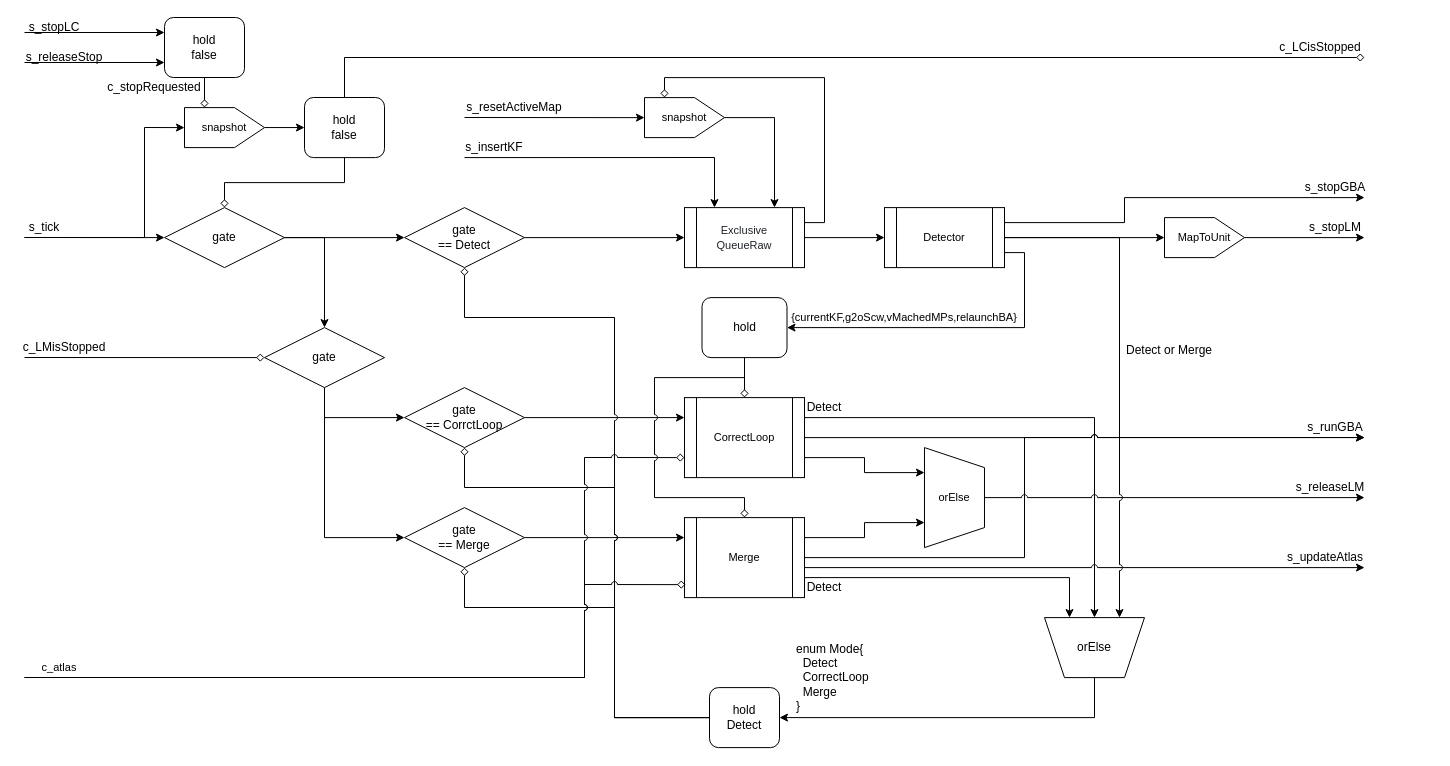
suzuki-taro-unofficial/ORB-SLAM3-decoding keeps this draw.io diagram as images/LoopClosingFRP.drawio. Above is the earlier version. Source tidied: cells renumbered, new cells numbered last; positions are measured from the earlier drawing's top-left corner, leaving out a move shared by most shapes. Both pictures are drawn from the tidied source at 100%, with x=0, y=0 at pixel (24, 17).
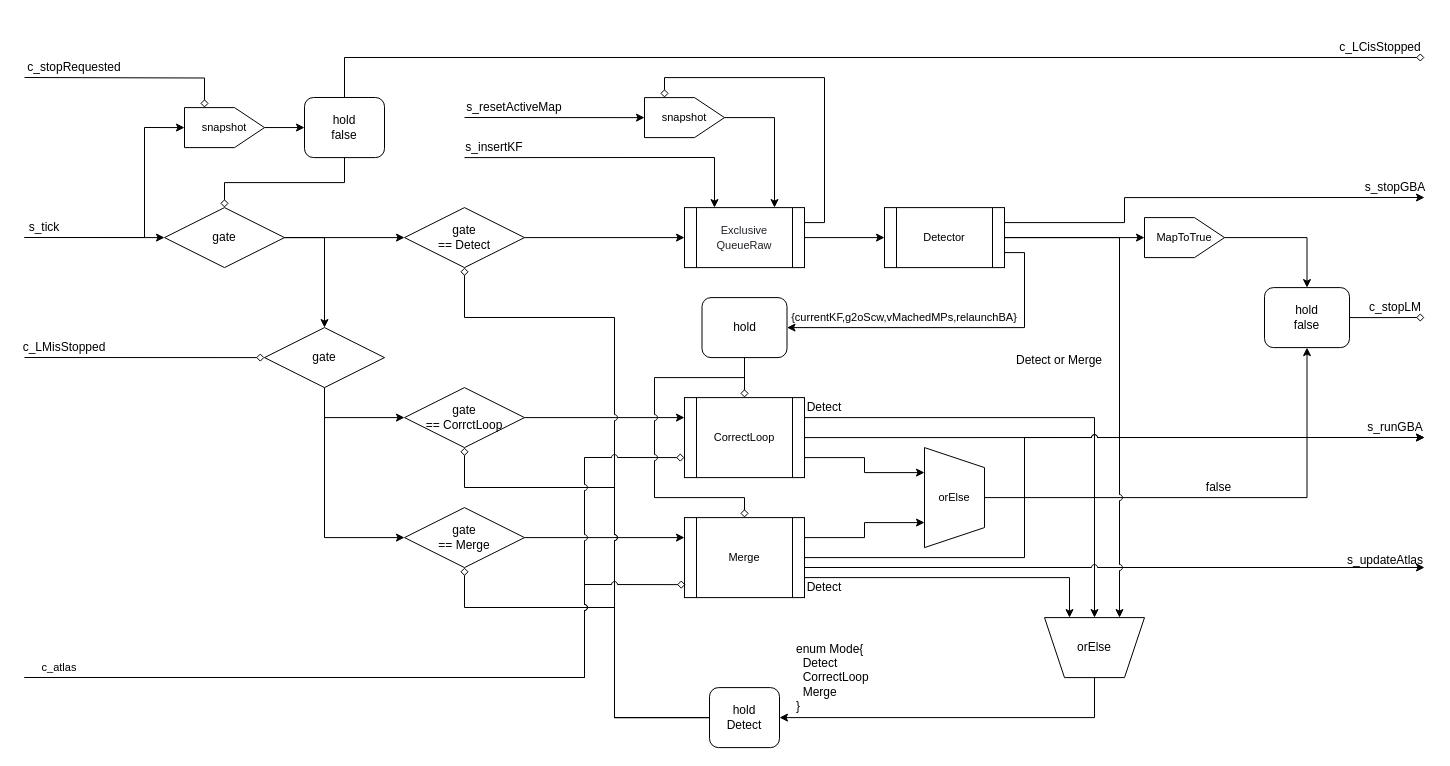
The same diagram, later.

The change refers to these unchanged cells:
```xml
<mxCell id="20" value="CorrectLoop" style="shape=process;whiteSpace=wrap;html=1;backgroundOutline=1;fontFamily=Helvetica;fontSize=11;fontColor=default;labelBackgroundColor=default;" parent="1" vertex="1">
  <mxGeometry x="660" y="380.1" width="120" height="80" as="geometry" />
</mxCell>
<mxCell id="25" value="Merge" style="shape=process;whiteSpace=wrap;html=1;backgroundOutline=1;fontFamily=Helvetica;fontSize=11;fontColor=default;labelBackgroundColor=default;" parent="1" vertex="1">
  <mxGeometry x="660" y="500.1" width="120" height="80" as="geometry" />
</mxCell>
<mxCell id="27" value="orElse" style="shape=trapezoid;perimeter=trapezoidPerimeter;whiteSpace=wrap;html=1;fixedSize=1;fontFamily=Helvetica;fontSize=11;fontColor=default;labelBackgroundColor=default;direction=south;" parent="1" vertex="1">
  <mxGeometry x="900" y="430.1" width="60" height="100" as="geometry" />
</mxCell>
<mxCell id="59" value="Detector" style="shape=process;whiteSpace=wrap;html=1;backgroundOutline=1;fontFamily=Helvetica;fontSize=11;fontColor=default;labelBackgroundColor=default;" parent="1" vertex="1">
  <mxGeometry x="860" y="190.1" width="120" height="60" as="geometry" />
</mxCell>
<mxCell id="68" value="hold&lt;div&gt;false&lt;/div&gt;" style="rounded=1;whiteSpace=wrap;html=1;" parent="1" vertex="1">
  <mxGeometry x="280" y="80" width="80" height="60.1" as="geometry" />
</mxCell>
<mxCell id="70" value="snapshot" style="shape=offPageConnector;whiteSpace=wrap;html=1;fontFamily=Helvetica;fontSize=11;fontColor=default;labelBackgroundColor=default;direction=north;" parent="1" vertex="1">
  <mxGeometry x="160" y="90.1" width="80" height="40" as="geometry" />
</mxCell>
```

The edit, as a diff of the source:
```diff
@@
     <mxCell id="19" style="edgeStyle=orthogonalEdgeStyle;rounded=0;jettySize=auto;html=1;exitX=1;exitY=0.5;exitDx=0;exitDy=0;jumpStyle=arc;" parent="1" edge="1" source="20">
       <mxGeometry relative="1" as="geometry">
-        <mxPoint x="1340" y="420.1" as="targetPoint" />
+        <mxPoint x="1400" y="420" as="targetPoint" />
       </mxGeometry>
     </mxCell>
@@
     <mxCell id="22" style="edgeStyle=orthogonalEdgeStyle;shape=connector;rounded=0;jumpStyle=arc;jettySize=auto;html=1;exitX=1;exitY=0.5;exitDx=0;exitDy=0;strokeColor=default;align=center;verticalAlign=middle;fontFamily=Helvetica;fontSize=11;fontColor=default;labelBackgroundColor=default;endArrow=classic;" parent="1" edge="1" source="25">
       <mxGeometry relative="1" as="geometry">
-        <mxPoint x="1340" y="550.1" as="targetPoint" />
+        <mxPoint x="1400" y="550" as="targetPoint" />
         <Array as="points">
           <mxPoint x="780" y="550.1" />
         </Array>
       </mxGeometry>
     </mxCell>
@@
     <mxCell id="24" style="edgeStyle=orthogonalEdgeStyle;rounded=0;orthogonalLoop=1;jettySize=auto;html=1;jumpStyle=arc;" parent="1" edge="1">
       <mxGeometry relative="1" as="geometry">
         <mxPoint x="780" y="550.1" as="sourcePoint" />
-        <mxPoint x="1340" y="420" as="targetPoint" />
+        <mxPoint x="1400" y="420" as="targetPoint" />
         <Array as="points">
           <mxPoint x="780" y="540.1" />
           <mxPoint x="1000" y="540.1" />
           <mxPoint x="1000" y="420.1" />
         </Array>
       </mxGeometry>
     </mxCell>
@@
-    <mxCell id="26" style="edgeStyle=orthogonalEdgeStyle;rounded=0;jettySize=auto;html=1;jumpStyle=arc;" parent="1" edge="1" source="27">
-      <mxGeometry relative="1" as="geometry">
-        <mxPoint x="1340" y="480.1" as="targetPoint" />
-      </mxGeometry>
-    </mxCell>
+    <mxCell id="81" style="edgeStyle=orthogonalEdgeStyle;rounded=0;jettySize=auto;html=1;exitX=0.5;exitY=0;exitDx=0;exitDy=0;entryX=0.5;entryY=1;entryDx=0;entryDy=0;" parent="1" edge="1" source="27" target="63">
+      <mxGeometry relative="1" as="geometry" />
+    </mxCell>
@@
-    <mxCell id="28" style="edgeStyle=orthogonalEdgeStyle;shape=connector;rounded=0;jumpStyle=arc;jettySize=auto;html=1;strokeColor=default;align=center;verticalAlign=middle;fontFamily=Helvetica;fontSize=11;fontColor=default;labelBackgroundColor=default;endArrow=classic;" parent="1" edge="1" source="30">
-      <mxGeometry relative="1" as="geometry">
-        <mxPoint x="1340" y="220.1" as="targetPoint" />
-      </mxGeometry>
-    </mxCell>
     <mxCell id="29" style="edgeStyle=orthogonalEdgeStyle;shape=connector;rounded=0;jumpStyle=arc;jettySize=auto;html=1;strokeColor=default;align=center;verticalAlign=middle;fontFamily=Helvetica;fontSize=11;fontColor=default;labelBackgroundColor=default;endArrow=classic;exitX=1;exitY=0.25;exitDx=0;exitDy=0;" parent="1" edge="1" source="59">
       <mxGeometry relative="1" as="geometry">
-        <mxPoint x="1340" y="180.1" as="targetPoint" />
+        <mxPoint x="1400" y="180" as="targetPoint" />
         <Array as="points">
           <mxPoint x="1100" y="205.1" />
           <mxPoint x="1100" y="180.1" />
           <mxPoint x="1340" y="180.1" />
         </Array>
       </mxGeometry>
     </mxCell>
+    <mxCell id="82" style="edgeStyle=orthogonalEdgeStyle;rounded=0;jettySize=auto;html=1;exitX=0.5;exitY=1;exitDx=0;exitDy=0;entryX=0.5;entryY=0;entryDx=0;entryDy=0;" parent="1" edge="1" source="30" target="63">
+      <mxGeometry relative="1" as="geometry" />
+    </mxCell>
-    <mxCell id="30" value="MapToUnit" style="shape=offPageConnector;whiteSpace=wrap;html=1;fontFamily=Helvetica;fontSize=11;fontColor=default;labelBackgroundColor=default;direction=north;" parent="1" vertex="1">
-      <mxGeometry x="1140" y="200.1" width="80" height="40" as="geometry" />
+    <mxCell id="30" value="MapToTrue" style="shape=offPageConnector;whiteSpace=wrap;html=1;fontFamily=Helvetica;fontSize=11;fontColor=default;labelBackgroundColor=default;direction=north;" parent="1" vertex="1">
+      <mxGeometry x="1120" y="200.1" width="80" height="40" as="geometry" />
     </mxCell>
@@
-    <mxCell id="33" value="s_stopLM" style="text;html=1;align=center;verticalAlign=middle;whiteSpace=wrap;rounded=0;" parent="1" vertex="1">
-      <mxGeometry x="1281" y="200.1" width="60" height="20" as="geometry" />
-    </mxCell>
     <mxCell id="34" value="s_stopGBA" style="text;html=1;align=center;verticalAlign=middle;whiteSpace=wrap;rounded=0;" parent="1" vertex="1">
-      <mxGeometry x="1281" y="160.1" width="60" height="20" as="geometry" />
+      <mxGeometry x="1341" y="160" width="60" height="20" as="geometry" />
     </mxCell>
-    <mxCell id="35" value="s_releaseLM" style="text;html=1;align=center;verticalAlign=middle;whiteSpace=wrap;rounded=0;" parent="1" vertex="1">
-      <mxGeometry x="1271" y="460.1" width="70" height="20" as="geometry" />
-    </mxCell>
     <mxCell id="36" value="s_updateAtlas" style="text;html=1;align=center;verticalAlign=middle;whiteSpace=wrap;rounded=0;" parent="1" vertex="1">
-      <mxGeometry x="1261" y="532.6" width="80" height="15" as="geometry" />
+      <mxGeometry x="1321" y="535.1" width="80" height="15" as="geometry" />
     </mxCell>
     <mxCell id="37" value="s_runGBA" style="text;html=1;align=center;verticalAlign=middle;whiteSpace=wrap;rounded=0;" parent="1" vertex="1">
-      <mxGeometry x="1281" y="400.1" width="60" height="20" as="geometry" />
+      <mxGeometry x="1341" y="400.1" width="60" height="20" as="geometry" />
     </mxCell>
@@
-    <mxCell id="62" style="edgeStyle=orthogonalEdgeStyle;rounded=0;jettySize=auto;html=1;exitX=0.5;exitY=1;exitDx=0;exitDy=0;entryX=1;entryY=0.25;entryDx=0;entryDy=0;endArrow=diamond;endFill=0;" parent="1" edge="1" source="63" target="70">
-      <mxGeometry relative="1" as="geometry" />
+    <mxCell id="62" style="edgeStyle=orthogonalEdgeStyle;rounded=0;jettySize=auto;html=1;entryX=1;entryY=0.25;entryDx=0;entryDy=0;endArrow=diamond;endFill=0;" parent="1" edge="1" target="70">
+      <mxGeometry relative="1" as="geometry">
+        <mxPoint y="60" as="sourcePoint" />
+      </mxGeometry>
     </mxCell>
-    <mxCell id="63" value="hold&lt;div&gt;false&lt;/div&gt;" style="rounded=1;whiteSpace=wrap;html=1;" parent="1" vertex="1">
-      <mxGeometry x="140" width="80" height="60" as="geometry" />
-    </mxCell>
-    <mxCell id="64" value="s_stopLC" style="text;html=1;align=center;verticalAlign=middle;whiteSpace=wrap;rounded=0;" parent="1" vertex="1">
-      <mxGeometry width="60" height="20" as="geometry" />
-    </mxCell>
-    <mxCell id="65" value="s_releaseStop" style="text;html=1;align=center;verticalAlign=middle;whiteSpace=wrap;rounded=0;" parent="1" vertex="1">
-      <mxGeometry y="30" width="80" height="20" as="geometry" />
-    </mxCell>
@@
     <mxCell id="67" style="edgeStyle=orthogonalEdgeStyle;rounded=0;jettySize=auto;html=1;exitX=0.5;exitY=0;exitDx=0;exitDy=0;endArrow=diamond;endFill=0;" parent="1" edge="1" source="68">
       <mxGeometry relative="1" as="geometry">
-        <mxPoint x="1340" y="40" as="targetPoint" />
+        <mxPoint x="1400" y="40" as="targetPoint" />
         <Array as="points">
           <mxPoint x="320" y="40" />
         </Array>
       </mxGeometry>
     </mxCell>
@@
-    <mxCell id="76" style="endArrow=classic;html=1;rounded=0;entryX=0;entryY=0.75;entryDx=0;entryDy=0;" parent="1" edge="1" target="63">
-      <mxGeometry relative="1" as="geometry">
-        <mxPoint y="45" as="sourcePoint" />
-      </mxGeometry>
-    </mxCell>
-    <mxCell id="77" style="endArrow=classic;html=1;rounded=0;entryX=0;entryY=0.25;entryDx=0;entryDy=0;" parent="1" edge="1" target="63">
-      <mxGeometry relative="1" as="geometry">
-        <mxPoint y="15" as="sourcePoint" />
-      </mxGeometry>
-    </mxCell>
     <mxCell id="78" value="c_LCisStopped" style="text;html=1;align=center;verticalAlign=middle;whiteSpace=wrap;rounded=0;" parent="1" vertex="1">
-      <mxGeometry x="1251" y="20" width="90" height="20" as="geometry" />
+      <mxGeometry x="1311" y="20" width="90" height="20" as="geometry" />
     </mxCell>
     <mxCell id="79" value="c_stopRequested" style="text;html=1;align=center;verticalAlign=middle;whiteSpace=wrap;rounded=0;" parent="1" vertex="1">
-      <mxGeometry x="80" y="60" width="100" height="20" as="geometry" />
+      <mxGeometry y="40" width="100" height="20" as="geometry" />
     </mxCell>
     <mxCell id="80" value="Detect or Merge" style="text;html=1;align=center;verticalAlign=middle;whiteSpace=wrap;rounded=0;" parent="1" vertex="1">
-      <mxGeometry x="1090" y="325.1" width="110" height="14.9" as="geometry" />
+      <mxGeometry x="980" y="335.1" width="110" height="14.9" as="geometry" />
     </mxCell>
+    <mxCell id="83" style="edgeStyle=orthogonalEdgeStyle;rounded=0;jettySize=auto;html=1;exitX=1;exitY=0.5;exitDx=0;exitDy=0;endArrow=diamond;endFill=0;" parent="1" edge="1" source="63">
+      <mxGeometry relative="1" as="geometry">
+        <mxPoint x="1400" y="300" as="targetPoint" />
+      </mxGeometry>
+    </mxCell>
+    <mxCell id="63" value="hold&lt;div&gt;false&lt;/div&gt;" style="rounded=1;whiteSpace=wrap;html=1;" parent="1" vertex="1">
+      <mxGeometry x="1240" y="270.1" width="85" height="60" as="geometry" />
+    </mxCell>
+    <mxCell id="84" value="c_stopLM" style="text;html=1;align=center;verticalAlign=middle;whiteSpace=wrap;rounded=0;" parent="1" vertex="1">
+      <mxGeometry x="1341" y="280.1" width="60" height="20" as="geometry" />
+    </mxCell>
+    <mxCell id="85" value="false" style="text;html=1;align=center;verticalAlign=middle;whiteSpace=wrap;rounded=0;" parent="1" vertex="1">
+      <mxGeometry x="1170" y="460.1" width="49" height="19.9" as="geometry" />
+    </mxCell>
```
